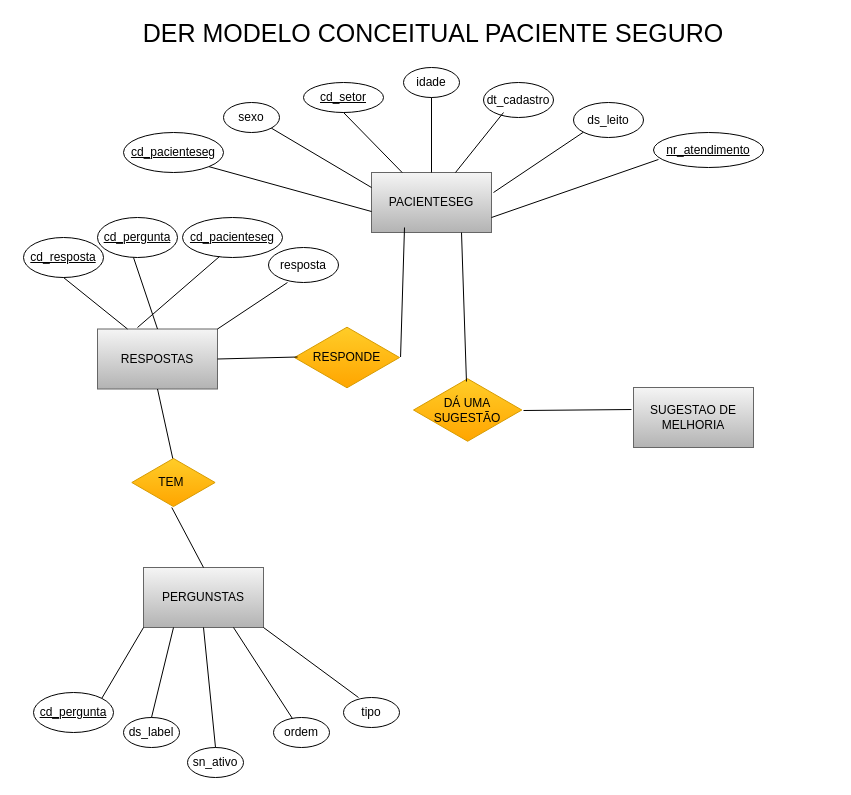
marcos-renato/MODELOS-DRAWIO keeps this draw.io diagram as paciente_seguro_dre_conceitual.drawio. Above is the earlier version. Source tidied: cells renumbered, new cells numbered last; positions are measured from the earlier drawing's top-left corner, leaving out a move shared by most shapes. Both pictures are drawn from the tidied source at 100%, with x=0, y=0 at pixel (23, 17).
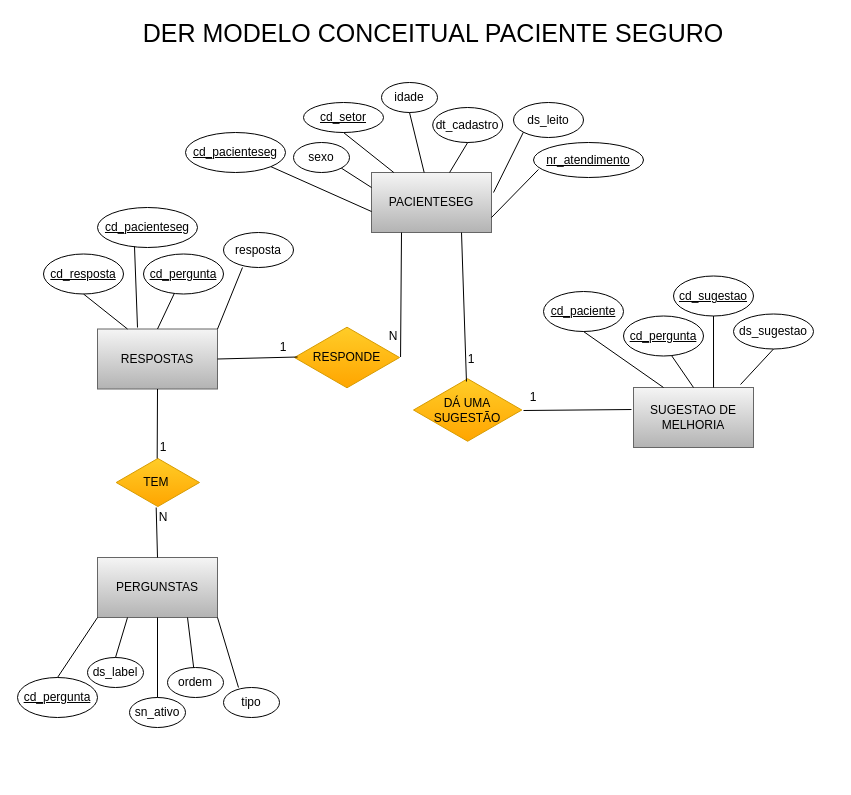
After the change.

Unchanged cells that the change refers to:
```xml
<mxCell id="2" value="PACIENTESEG" style="rounded=0;whiteSpace=wrap;html=1;fillColor=#f5f5f5;gradientColor=#b3b3b3;strokeColor=#666666;" parent="1" vertex="1">
  <mxGeometry x="348" y="155" width="120" height="60" as="geometry" />
</mxCell>
<mxCell id="4" value="RESPOSTAS" style="rounded=0;whiteSpace=wrap;html=1;fillColor=#f5f5f5;gradientColor=#b3b3b3;strokeColor=#666666;" parent="1" vertex="1">
  <mxGeometry x="74" y="311.5" width="120" height="60" as="geometry" />
</mxCell>
<mxCell id="5" value="SUGESTAO DE MELHORIA" style="rounded=0;whiteSpace=wrap;html=1;fillColor=#f5f5f5;gradientColor=#b3b3b3;strokeColor=#666666;" parent="1" vertex="1">
  <mxGeometry x="610" y="370" width="120" height="60" as="geometry" />
</mxCell>
<mxCell id="40" value="RESPONDE" style="html=1;whiteSpace=wrap;shape=isoRectangle;fontSize=12;fillColor=#ffcd28;gradientColor=#ffa500;strokeColor=#d79b00;" parent="1" vertex="1">
  <mxGeometry x="271" y="308.5" width="105" height="63" as="geometry" />
</mxCell>
```

What changed in the source:
```diff
@@
     <mxCell id="3" value="PERGUNSTAS" style="rounded=0;whiteSpace=wrap;html=1;fillColor=#f5f5f5;gradientColor=#b3b3b3;strokeColor=#666666;" parent="1" vertex="1">
-      <mxGeometry x="120" y="550" width="120" height="60" as="geometry" />
+      <mxGeometry x="74" y="540" width="120" height="60" as="geometry" />
     </mxCell>
@@
     <mxCell id="7" value="&lt;u&gt;cd_pacienteseg&lt;/u&gt;" style="ellipse;whiteSpace=wrap;html=1;fontSize=12;" parent="1" vertex="1">
-      <mxGeometry x="100" y="115" width="100" height="40" as="geometry" />
+      <mxGeometry x="162" y="115" width="100" height="40" as="geometry" />
     </mxCell>
     <mxCell id="8" value="sexo" style="ellipse;whiteSpace=wrap;html=1;fontSize=12;" parent="1" vertex="1">
-      <mxGeometry x="200" y="85" width="56" height="30" as="geometry" />
+      <mxGeometry x="270" y="125" width="56" height="30" as="geometry" />
     </mxCell>
     <mxCell id="9" value="&lt;u&gt;cd_setor&lt;/u&gt;" style="ellipse;whiteSpace=wrap;html=1;fontSize=12;" parent="1" vertex="1">
-      <mxGeometry x="280" y="65" width="80" height="30" as="geometry" />
+      <mxGeometry x="280" y="85" width="80" height="30" as="geometry" />
     </mxCell>
     <mxCell id="10" value="idade" style="ellipse;whiteSpace=wrap;html=1;fontSize=12;" parent="1" vertex="1">
-      <mxGeometry x="380" y="50" width="56" height="30" as="geometry" />
+      <mxGeometry x="358" y="65" width="56" height="30" as="geometry" />
     </mxCell>
     <mxCell id="11" value="dt_cadastro" style="ellipse;whiteSpace=wrap;html=1;fontSize=12;" parent="1" vertex="1">
-      <mxGeometry x="460" y="65" width="70" height="35" as="geometry" />
+      <mxGeometry x="409.2" y="90" width="70" height="35" as="geometry" />
     </mxCell>
     <mxCell id="12" value="ds_leito" style="ellipse;whiteSpace=wrap;html=1;fontSize=12;" parent="1" vertex="1">
-      <mxGeometry x="550" y="85" width="70" height="35" as="geometry" />
+      <mxGeometry x="490" y="85" width="70" height="35" as="geometry" />
     </mxCell>
     <mxCell id="13" value="&lt;u&gt;nr_atendimento&lt;/u&gt;" style="ellipse;whiteSpace=wrap;html=1;fontSize=12;" parent="1" vertex="1">
-      <mxGeometry x="630" y="115" width="110" height="35" as="geometry" />
+      <mxGeometry x="510" y="125" width="110" height="35" as="geometry" />
     </mxCell>
@@
-    <mxCell id="16" style="endArrow=none;html=1;rounded=0;fontSize=12;entryX=0.286;entryY=0.857;entryDx=0;entryDy=0;entryPerimeter=0;" parent="1" edge="1" source="2" target="11">
+    <mxCell id="16" style="endArrow=none;html=1;rounded=0;fontSize=12;entryX=0.5;entryY=1;entryDx=0;entryDy=0;" parent="1" edge="1" source="2" target="11">
       <mxGeometry relative="1" as="geometry" />
     </mxCell>
@@
     <mxCell id="21" value="&lt;u&gt;cd_pergunta&lt;/u&gt;" style="ellipse;whiteSpace=wrap;html=1;fontSize=12;" parent="1" vertex="1">
-      <mxGeometry x="10" y="675" width="80" height="40" as="geometry" />
+      <mxGeometry x="-6" y="660" width="80" height="40" as="geometry" />
     </mxCell>
     <mxCell id="22" value="ds_label" style="ellipse;whiteSpace=wrap;html=1;fontSize=12;" parent="1" vertex="1">
-      <mxGeometry x="100" y="700" width="56" height="30" as="geometry" />
+      <mxGeometry x="64" y="640" width="56" height="30" as="geometry" />
     </mxCell>
     <mxCell id="23" value="sn_ativo" style="ellipse;whiteSpace=wrap;html=1;fontSize=12;" parent="1" vertex="1">
-      <mxGeometry x="164" y="730" width="56" height="30" as="geometry" />
+      <mxGeometry x="106" y="680" width="56" height="30" as="geometry" />
     </mxCell>
     <mxCell id="24" value="ordem" style="ellipse;whiteSpace=wrap;html=1;fontSize=12;" parent="1" vertex="1">
-      <mxGeometry x="250" y="700" width="56" height="30" as="geometry" />
+      <mxGeometry x="144" y="650" width="56" height="30" as="geometry" />
     </mxCell>
     <mxCell id="25" value="tipo" style="ellipse;whiteSpace=wrap;html=1;fontSize=12;" parent="1" vertex="1">
-      <mxGeometry x="320" y="680" width="56" height="30" as="geometry" />
+      <mxGeometry x="200" y="670" width="56" height="30" as="geometry" />
     </mxCell>
-    <mxCell id="26" style="endArrow=none;html=1;rounded=0;fontSize=12;entryX=0;entryY=1;entryDx=0;entryDy=0;exitX=1;exitY=0;exitDx=0;exitDy=0;" parent="1" edge="1" source="21" target="3">
+    <mxCell id="26" style="endArrow=none;html=1;rounded=0;fontSize=12;entryX=0;entryY=1;entryDx=0;entryDy=0;exitX=0.5;exitY=0;exitDx=0;exitDy=0;" parent="1" edge="1" source="21" target="3">
       <mxGeometry relative="1" as="geometry" />
     </mxCell>
@@
     <mxCell id="31" value="&lt;u&gt;cd_pergunta&lt;/u&gt;" style="ellipse;whiteSpace=wrap;html=1;fontSize=12;" parent="1" vertex="1">
-      <mxGeometry x="74" y="200" width="80" height="40" as="geometry" />
+      <mxGeometry x="120" y="236.5" width="80" height="40" as="geometry" />
     </mxCell>
     <mxCell id="32" value="&lt;u&gt;cd_pacienteseg&lt;/u&gt;" style="ellipse;whiteSpace=wrap;html=1;fontSize=12;" parent="1" vertex="1">
-      <mxGeometry x="159" y="200" width="100" height="40" as="geometry" />
+      <mxGeometry x="74" y="190" width="100" height="40" as="geometry" />
     </mxCell>
     <mxCell id="33" value="&lt;u&gt;cd_resposta&lt;/u&gt;" style="ellipse;whiteSpace=wrap;html=1;fontSize=12;" parent="1" vertex="1">
-      <mxGeometry y="220" width="80" height="40" as="geometry" />
+      <mxGeometry x="20" y="236.5" width="80" height="40" as="geometry" />
     </mxCell>
     <mxCell id="34" value="resposta" style="ellipse;whiteSpace=wrap;html=1;fontSize=12;" parent="1" vertex="1">
-      <mxGeometry x="245" y="230" width="70" height="35" as="geometry" />
+      <mxGeometry x="200" y="215" width="70" height="35" as="geometry" />
     </mxCell>
-    <mxCell id="35" style="endArrow=none;html=1;rounded=0;fontSize=12;exitX=0.25;exitY=0;exitDx=0;exitDy=0;" parent="1" edge="1" source="4">
-      <mxGeometry relative="1" as="geometry">
-        <mxPoint x="40" y="260" as="targetPoint" />
-      </mxGeometry>
+    <mxCell id="35" style="endArrow=none;html=1;rounded=0;fontSize=12;exitX=0.25;exitY=0;exitDx=0;exitDy=0;entryX=0.5;entryY=1;entryDx=0;entryDy=0;" parent="1" edge="1" source="4" target="33">
+      <mxGeometry relative="1" as="geometry" />
     </mxCell>
-    <mxCell id="36" style="endArrow=none;html=1;rounded=0;fontSize=12;exitX=0.5;exitY=0;exitDx=0;exitDy=0;" parent="1" edge="1" source="4">
-      <mxGeometry relative="1" as="geometry">
-        <mxPoint x="110" y="240" as="targetPoint" />
-      </mxGeometry>
+    <mxCell id="36" style="endArrow=none;html=1;rounded=0;fontSize=12;exitX=0.5;exitY=0;exitDx=0;exitDy=0;" parent="1" edge="1" source="4" target="31">
+      <mxGeometry relative="1" as="geometry" />
     </mxCell>
@@
     <mxCell id="39" value="TEM&amp;nbsp;" style="html=1;whiteSpace=wrap;shape=isoRectangle;fontSize=12;fillColor=#ffcd28;gradientColor=#ffa500;strokeColor=#d79b00;" parent="1" vertex="1">
-      <mxGeometry x="108.3" y="440" width="83.3" height="50" as="geometry" />
+      <mxGeometry x="92.7" y="440" width="83.3" height="50" as="geometry" />
     </mxCell>
@@
-    <mxCell id="44" style="endArrow=none;html=1;rounded=0;fontSize=12;exitX=1.01;exitY=0.492;exitDx=0;exitDy=0;exitPerimeter=0;" parent="1" edge="1" source="40">
-      <mxGeometry relative="1" as="geometry">
-        <mxPoint x="381" y="210" as="targetPoint" />
-      </mxGeometry>
+    <mxCell id="44" style="endArrow=none;html=1;rounded=0;fontSize=12;exitX=1.01;exitY=0.492;exitDx=0;exitDy=0;exitPerimeter=0;entryX=0.25;entryY=1;entryDx=0;entryDy=0;" parent="1" edge="1" source="40" target="2">
+      <mxGeometry relative="1" as="geometry" />
     </mxCell>
@@
+    <mxCell id="48" value="&lt;u&gt;cd_paciente&lt;/u&gt;" style="ellipse;whiteSpace=wrap;html=1;fontSize=12;" parent="1" vertex="1">
+      <mxGeometry x="520" y="274" width="80" height="40" as="geometry" />
+    </mxCell>
+    <mxCell id="49" value="&lt;u&gt;cd_pergunta&lt;/u&gt;" style="ellipse;whiteSpace=wrap;html=1;fontSize=12;" parent="1" vertex="1">
+      <mxGeometry x="600" y="298.5" width="80" height="40" as="geometry" />
+    </mxCell>
+    <mxCell id="50" value="1" style="text;html=1;strokeColor=none;fillColor=none;align=center;verticalAlign=middle;whiteSpace=wrap;rounded=0;fontSize=12;" parent="1" vertex="1">
+      <mxGeometry x="120" y="420" width="40" height="20" as="geometry" />
+    </mxCell>
+    <mxCell id="51" value="N" style="text;html=1;strokeColor=none;fillColor=none;align=center;verticalAlign=middle;whiteSpace=wrap;rounded=0;fontSize=12;" parent="1" vertex="1">
+      <mxGeometry x="120" y="490" width="40" height="20" as="geometry" />
+    </mxCell>
+    <mxCell id="52" value="1" style="text;html=1;strokeColor=none;fillColor=none;align=center;verticalAlign=middle;whiteSpace=wrap;rounded=0;fontSize=12;" parent="1" vertex="1">
+      <mxGeometry x="240" y="320" width="40" height="20" as="geometry" />
+    </mxCell>
+    <mxCell id="53" value="N" style="text;html=1;strokeColor=none;fillColor=none;align=center;verticalAlign=middle;whiteSpace=wrap;rounded=0;fontSize=12;" parent="1" vertex="1">
+      <mxGeometry x="350" y="308.5" width="40" height="20" as="geometry" />
+    </mxCell>
+    <mxCell id="54" value="1" style="text;html=1;strokeColor=none;fillColor=none;align=center;verticalAlign=middle;whiteSpace=wrap;rounded=0;fontSize=12;" parent="1" vertex="1">
+      <mxGeometry x="428" y="331.5" width="40" height="20" as="geometry" />
+    </mxCell>
+    <mxCell id="55" value="1" style="text;html=1;strokeColor=none;fillColor=none;align=center;verticalAlign=middle;whiteSpace=wrap;rounded=0;fontSize=12;" parent="1" vertex="1">
+      <mxGeometry x="490" y="370" width="40" height="20" as="geometry" />
+    </mxCell>
+    <mxCell id="56" value="&lt;u&gt;cd_sugestao&lt;/u&gt;" style="ellipse;whiteSpace=wrap;html=1;fontSize=12;" parent="1" vertex="1">
+      <mxGeometry x="650" y="258.5" width="80" height="40" as="geometry" />
+    </mxCell>
+    <mxCell id="57" value="ds_sugestao" style="ellipse;whiteSpace=wrap;html=1;fontSize=12;" parent="1" vertex="1">
+      <mxGeometry x="710" y="296.5" width="80" height="35" as="geometry" />
+    </mxCell>
+    <mxCell id="58" style="endArrow=none;html=1;rounded=0;fontSize=12;exitX=0.5;exitY=1;exitDx=0;exitDy=0;entryX=0.25;entryY=0;entryDx=0;entryDy=0;" parent="1" edge="1" source="48" target="5">
+      <mxGeometry relative="1" as="geometry" />
+    </mxCell>
+    <mxCell id="59" style="endArrow=none;html=1;rounded=0;fontSize=12;exitX=0.5;exitY=0;exitDx=0;exitDy=0;entryX=0.6;entryY=0.988;entryDx=0;entryDy=0;entryPerimeter=0;" parent="1" edge="1" source="5" target="49">
+      <mxGeometry relative="1" as="geometry" />
+    </mxCell>
+    <mxCell id="60" style="endArrow=none;html=1;rounded=0;fontSize=12;exitX=0.667;exitY=0;exitDx=0;exitDy=0;exitPerimeter=0;entryX=0.5;entryY=1;entryDx=0;entryDy=0;" parent="1" edge="1" source="5" target="56">
+      <mxGeometry relative="1" as="geometry" />
+    </mxCell>
+    <mxCell id="61" style="endArrow=none;html=1;rounded=0;fontSize=12;exitX=0.892;exitY=-0.05;exitDx=0;exitDy=0;exitPerimeter=0;entryX=0.5;entryY=1;entryDx=0;entryDy=0;" parent="1" edge="1" source="5" target="57">
+      <mxGeometry relative="1" as="geometry" />
+    </mxCell>
```
